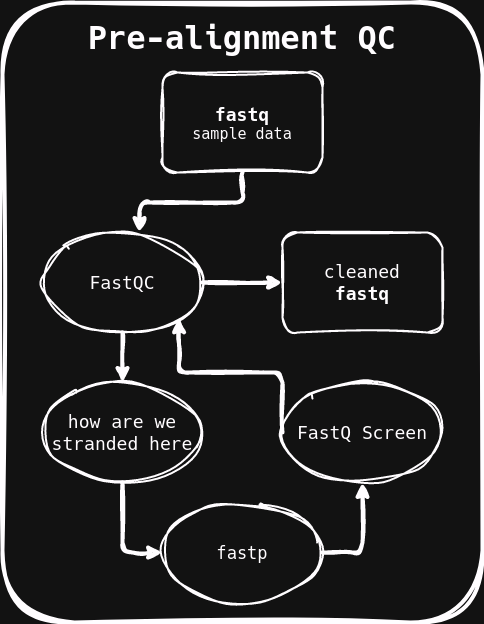
Earlier version of the draw.io export pre_align_qc.png (synanth/draw_io). Source tidied: cells renumbered, new cells last; positions are measured from the earlier drawing's top-left corner, leaving out a move shared by most shapes.
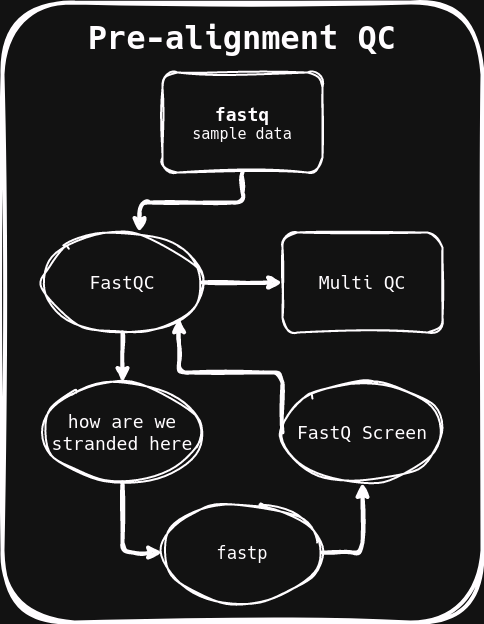
Later version of the same file.

What changed in the source:
```diff
@@ -34,7 +34,7 @@
     <mxCell id="10" value="&lt;font style=&quot;font-size: 18px;&quot; face=&quot;hack&quot;&gt;FastQ Screen&lt;/font&gt;" style="ellipse;whiteSpace=wrap;html=1;rounded=1;sketch=1;hachureGap=4;jiggle=2;curveFitting=1;fontFamily=Architects Daughter;fontSource=https%3A%2F%2Ffonts.googleapis.com%2Fcss%3Ffamily%3DArchitects%2BDaughter;strokeWidth=2;fillColor=none;" parent="1" vertex="1">
       <mxGeometry x="280" y="380" width="160" height="100" as="geometry" />
     </mxCell>
-    <mxCell id="11" value="&lt;div&gt;&lt;font style=&quot;font-size: 18px;&quot;&gt;&lt;font face=&quot;hack&quot;&gt;cleaned&lt;/font&gt;&lt;/font&gt;&lt;/div&gt;&lt;div&gt;&lt;font style=&quot;font-size: 18px;&quot;&gt;&lt;font face=&quot;hack&quot;&gt;&lt;b&gt;fastq&lt;/b&gt;&lt;/font&gt;&lt;/font&gt;&lt;/div&gt;" style="rounded=1;whiteSpace=wrap;html=1;sketch=1;hachureGap=4;jiggle=2;curveFitting=1;fontFamily=Architects Daughter;fontSource=https%3A%2F%2Ffonts.googleapis.com%2Fcss%3Ffamily%3DArchitects%2BDaughter;strokeWidth=2;fillColor=none;" parent="1" vertex="1">
+    <mxCell id="11" value="&lt;font style=&quot;font-size: 18px;&quot; face=&quot;hack&quot;&gt;Multi QC&lt;/font&gt;" style="rounded=1;whiteSpace=wrap;html=1;sketch=1;hachureGap=4;jiggle=2;curveFitting=1;fontFamily=Architects Daughter;fontSource=https%3A%2F%2Ffonts.googleapis.com%2Fcss%3Ffamily%3DArchitects%2BDaughter;strokeWidth=2;fillColor=none;" parent="1" vertex="1">
       <mxGeometry x="280" y="230" width="160" height="100" as="geometry" />
     </mxCell>
     <mxCell id="12" style="edgeStyle=orthogonalEdgeStyle;rounded=1;sketch=1;hachureGap=4;jiggle=2;curveFitting=1;jettySize=auto;html=1;entryX=0;entryY=0.5;entryDx=0;entryDy=0;fontFamily=Architects Daughter;fontSource=https%3A%2F%2Ffonts.googleapis.com%2Fcss%3Ffamily%3DArchitects%2BDaughter;strokeWidth=4;" parent="1" edge="1" source="13" target="8">
```
